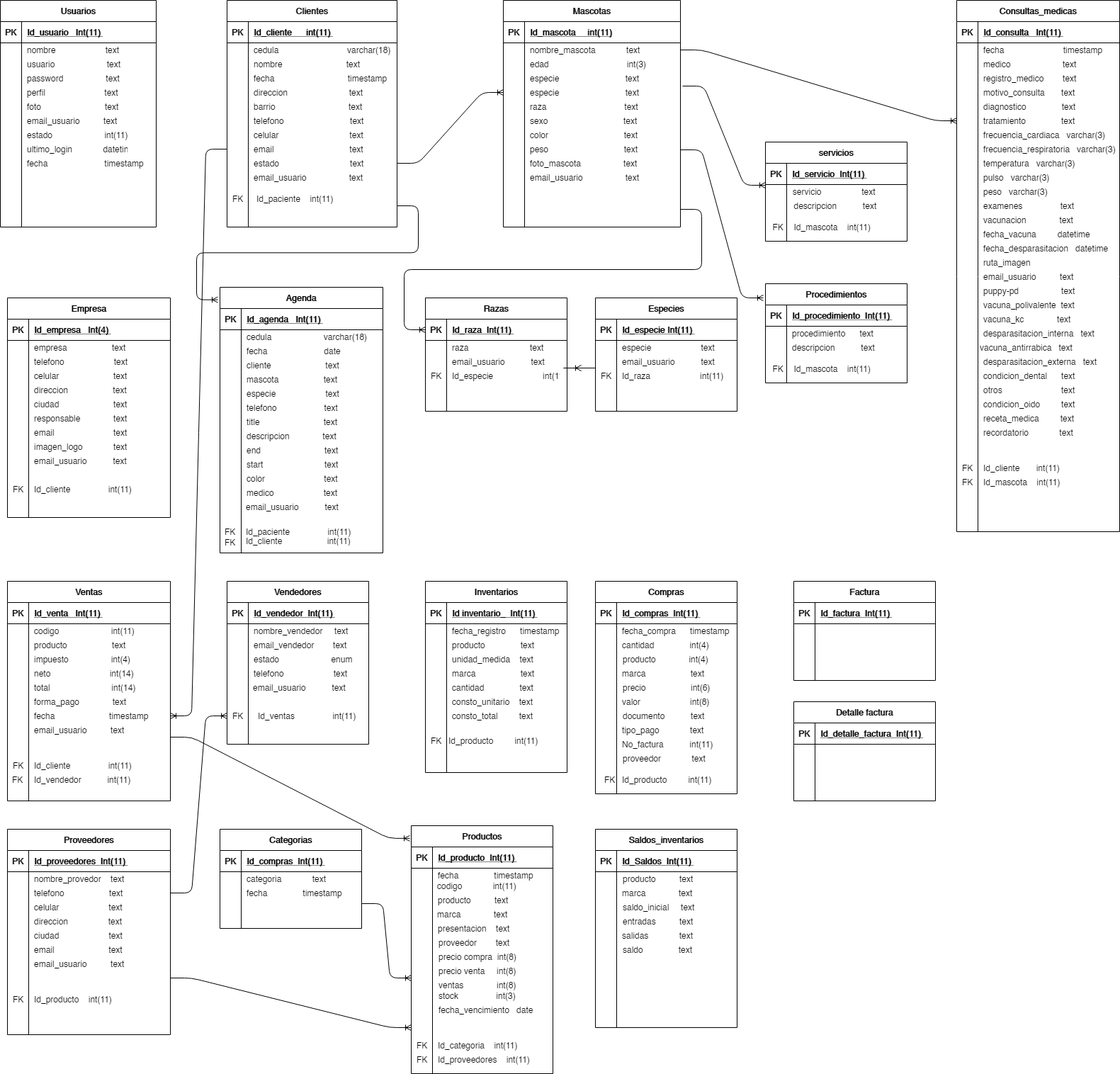
This is Untitled Diagram.png from heberthm/ejemplos-blog, a draw.io export, as it was before one commit. Source tidied: cells renumbered, new cells last; positions are measured from the earlier drawing's top-left corner, leaving out a move shared by most shapes.
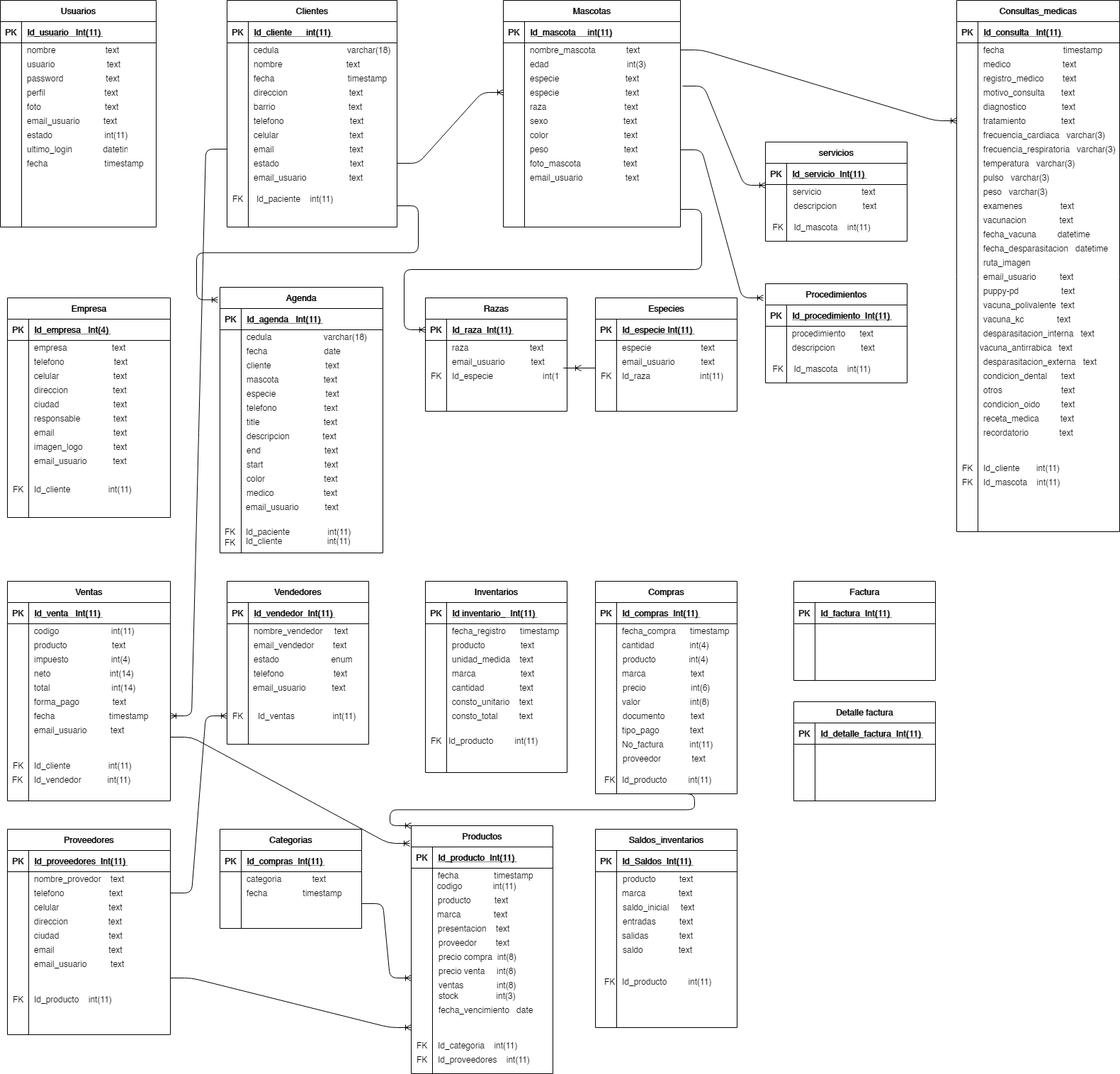
The same diagram one commit later.

The edit, as a diff of the source:
```diff
@@ -1203,8 +1203,10 @@
     <mxCell id="398" value="FK" style="shape=partialRectangle;fillColor=none;top=0;left=0;bottom=0;right=0;align=left;spacingLeft=6;overflow=hidden;" parent="1" vertex="1">
       <mxGeometry x="845" y="1090" width="40" height="20" as="geometry" />
     </mxCell>
-    <mxCell id="399" style="edgeStyle=entityRelationEdgeStyle;fontSize=12;html=1;endArrow=ERoneToMany;entryX=-0.01;entryY=0.051;entryDx=0;entryDy=0;entryPerimeter=0;exitX=1;exitY=1;exitDx=0;exitDy=0;exitPerimeter=0;" parent="1" edge="1" source="277" target="357">
-      <mxGeometry relative="1" as="geometry" />
+    <mxCell id="399" style="edgeStyle=entityRelationEdgeStyle;fontSize=12;html=1;endArrow=ERoneToMany;exitX=1;exitY=1;exitDx=0;exitDy=0;exitPerimeter=0;" parent="1" edge="1" source="277">
+      <mxGeometry relative="1" as="geometry">
+        <mxPoint x="578" y="1190" as="targetPoint" />
+      </mxGeometry>
     </mxCell>
     <mxCell id="400" style="edgeStyle=entityRelationEdgeStyle;fontSize=12;html=1;endArrow=ERoneToMany;" parent="1" edge="1">
       <mxGeometry relative="1" as="geometry">
@@ -1244,5 +1246,16 @@
     <mxCell id="409" value="Id_paciente                int(11)" style="shape=partialRectangle;overflow=hidden;fillColor=none;top=0;left=0;bottom=0;right=0;align=left;spacingLeft=6;" parent="1" vertex="1">
       <mxGeometry x="339" y="740" width="210" height="20" as="geometry" />
     </mxCell>
+    <mxCell id="410" style="edgeStyle=entityRelationEdgeStyle;fontSize=12;html=1;endArrow=ERoneToMany;entryX=0;entryY=0;entryDx=0;entryDy=0;" parent="1" edge="1" target="357">
+      <mxGeometry relative="1" as="geometry">
+        <mxPoint x="950" y="1120" as="sourcePoint" />
+      </mxGeometry>
+    </mxCell>
+    <mxCell id="411" value="FK" style="shape=partialRectangle;fillColor=none;top=0;left=0;bottom=0;right=0;align=left;spacingLeft=6;overflow=hidden;" parent="1" vertex="1">
+      <mxGeometry x="845" y="1375" width="40" height="20" as="geometry" />
+    </mxCell>
+    <mxCell id="412" value="Id_producto         int(11)" style="shape=partialRectangle;fillColor=none;top=0;left=0;bottom=0;right=0;align=left;spacingLeft=6;overflow=hidden;" parent="1" vertex="1">
+      <mxGeometry x="870" y="1375" width="170" height="20" as="geometry" />
+    </mxCell>
   </root>
 </mxGraphModel>
```
